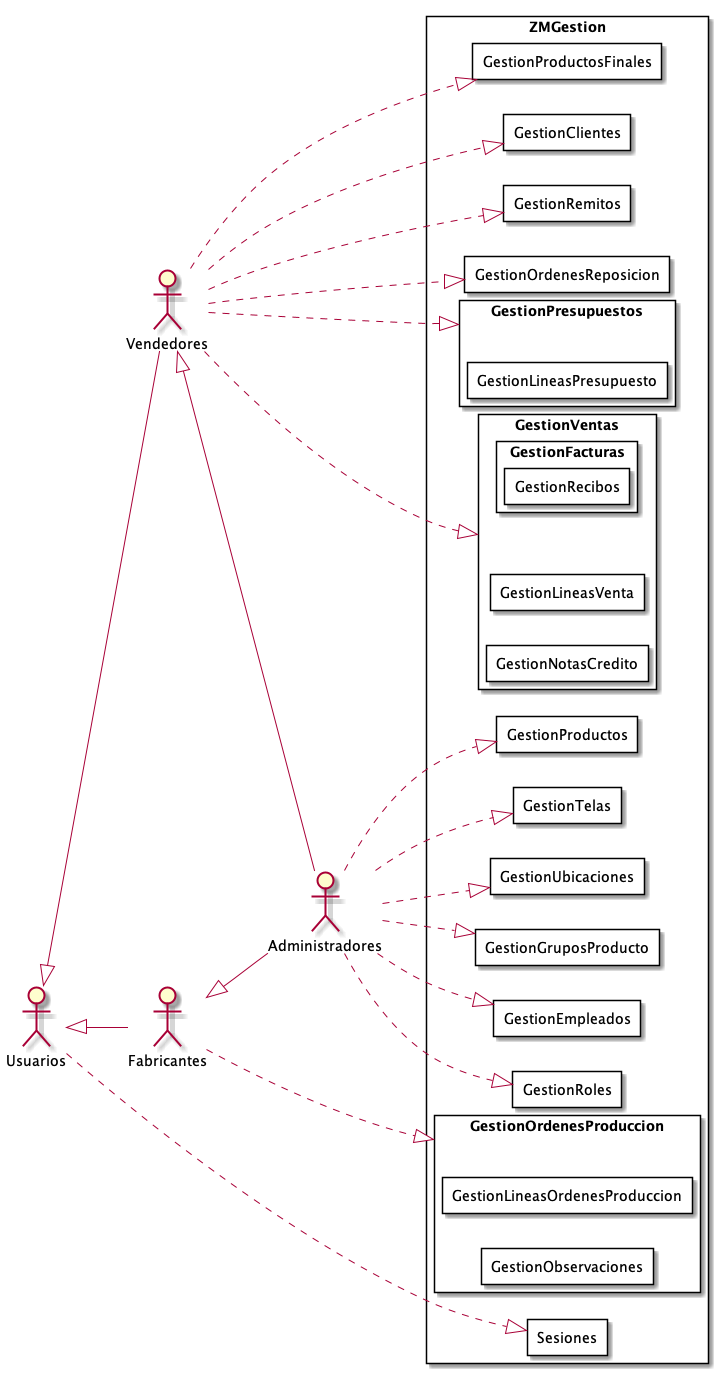
ZMGestion/DocumentacionZMGestion keeps this PlantUML diagram as Informe Final/Imagenes/ModeladoDeCasosDeUso/DiagramaDeCasosDeUso/DiagramaSubsistema.png. Above is the earlier version. Its diagram source:
```plantuml
@startuml DiagramaSubsistema
top to bottom direction
:Usuarios:
:Administradores:
:Vendedores:
:Fabricantes:

Usuarios <|-- Vendedores
Usuarios <|-- Fabricantes
Vendedores <|-- Administradores
Fabricantes <|-- Administradores


left to right direction

rectangle ZMGestion{
    rectangle Sesiones{
    }
    rectangle GestionEmpleados{
    }
    rectangle GestionRoles{
    }
    rectangle GestionProductos{
    }
    rectangle GestionTelas{
    }
    rectangle GestionProductosFinales{
    }
    rectangle GestionGruposProducto{
    }
    rectangle GestionUbicaciones{
    }
    rectangle GestionClientes{
    }
    rectangle GestionPresupuestos{
        rectangle GestionLineasPresupuesto{
        }
    }
    rectangle GestionVentas{
        rectangle GestionLineasVenta{
        }
        rectangle GestionFacturas{
            rectangle GestionRecibos{
            }
        }
        rectangle GestionNotasCredito{
        }
    }
    rectangle GestionRemitos{
    }
    rectangle GestionOrdenesReposicion{
    }
    rectangle GestionOrdenesProduccion{
        rectangle GestionLineasOrdenesProduccion{
        }
        rectangle GestionObservaciones{
        }
    }

    Usuarios  ..|> Sesiones
    Administradores ..|> GestionEmpleados
    Administradores  ..|> GestionRoles
    Administradores  ..|> GestionProductos
    Administradores ..|> GestionTelas
    Vendedores  ..|> GestionProductosFinales
    Administradores ..|> GestionGruposProducto
    Administradores ..|> GestionUbicaciones
    Vendedores ..|> GestionClientes
    Vendedores  ..|> GestionPresupuestos
    Vendedores  ..|> GestionVentas
    Vendedores  ..|> GestionRemitos
    Vendedores  ..|> GestionOrdenesReposicion
    Fabricantes  ..|> GestionOrdenesProduccion

}

@enduml
```
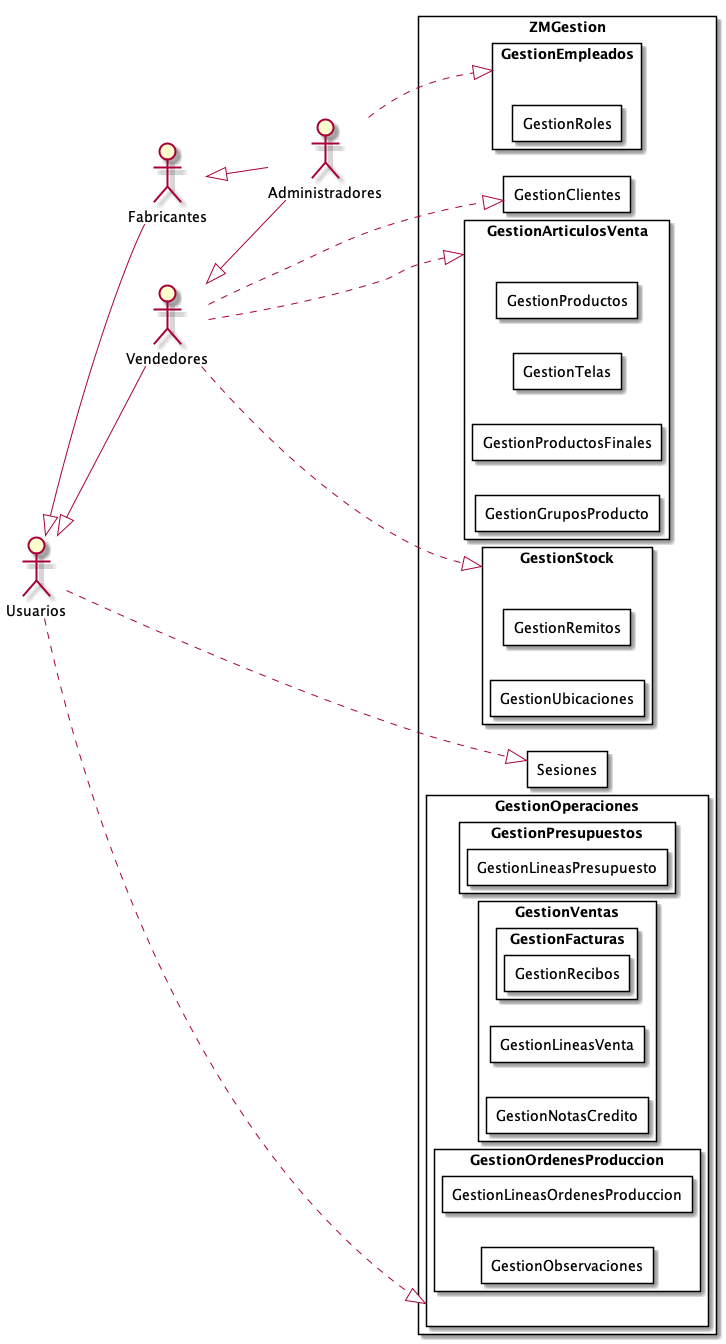
The same diagram one commit later.

What changed in the source:
```diff
@@ -17,61 +17,57 @@
     rectangle Sesiones{
     }
     rectangle GestionEmpleados{
-    }
-    rectangle GestionRoles{
-    }
-    rectangle GestionProductos{
-    }
-    rectangle GestionTelas{
-    }
-    rectangle GestionProductosFinales{
-    }
-    rectangle GestionGruposProducto{
-    }
-    rectangle GestionUbicaciones{
-    }
-    rectangle GestionClientes{
-    }
-    rectangle GestionPresupuestos{
-        rectangle GestionLineasPresupuesto{
+        rectangle GestionRoles{
         }
     }
-    rectangle GestionVentas{
-        rectangle GestionLineasVenta{
+    rectangle GestionArticulosVenta{
+        rectangle GestionProductos{
         }
-        rectangle GestionFacturas{
-            rectangle GestionRecibos{
+        rectangle GestionTelas{
+        }
+        rectangle GestionProductosFinales{
+        }
+        rectangle GestionGruposProducto{
+        }
+    }
+    rectangle GestionOperaciones{
+        rectangle GestionPresupuestos{
+            rectangle GestionLineasPresupuesto{
             }
         }
-        rectangle GestionNotasCredito{
+        rectangle GestionVentas{
+            rectangle GestionLineasVenta{
+            }
+            rectangle GestionFacturas{
+                rectangle GestionRecibos{
+                }
+            }
+            rectangle GestionNotasCredito{
+            }
+        }
+        rectangle GestionOrdenesProduccion{
+            rectangle GestionLineasOrdenesProduccion{
+            }
+            rectangle GestionObservaciones{
+            }
         }
     }
-    rectangle GestionRemitos{
+    rectangle GestionStock{
+        rectangle GestionRemitos{
+        }
+        rectangle GestionUbicaciones{
+        }
     }
-    rectangle GestionOrdenesReposicion{
-    }
-    rectangle GestionOrdenesProduccion{
-        rectangle GestionLineasOrdenesProduccion{
-        }
-        rectangle GestionObservaciones{
-        }
+
+    rectangle GestionClientes{
     }
 
     Usuarios  ..|> Sesiones
     Administradores ..|> GestionEmpleados
-    Administradores  ..|> GestionRoles
-    Administradores  ..|> GestionProductos
-    Administradores ..|> GestionTelas
-    Vendedores  ..|> GestionProductosFinales
-    Administradores ..|> GestionGruposProducto
-    Administradores ..|> GestionUbicaciones
+    Usuarios ..|> GestionOperaciones
+    Vendedores  ..|> GestionStock
+    Vendedores  ..|> GestionArticulosVenta
     Vendedores ..|> GestionClientes
-    Vendedores  ..|> GestionPresupuestos
-    Vendedores  ..|> GestionVentas
-    Vendedores  ..|> GestionRemitos
-    Vendedores  ..|> GestionOrdenesReposicion
-    Fabricantes  ..|> GestionOrdenesProduccion
-
 }
 
 @enduml
```
